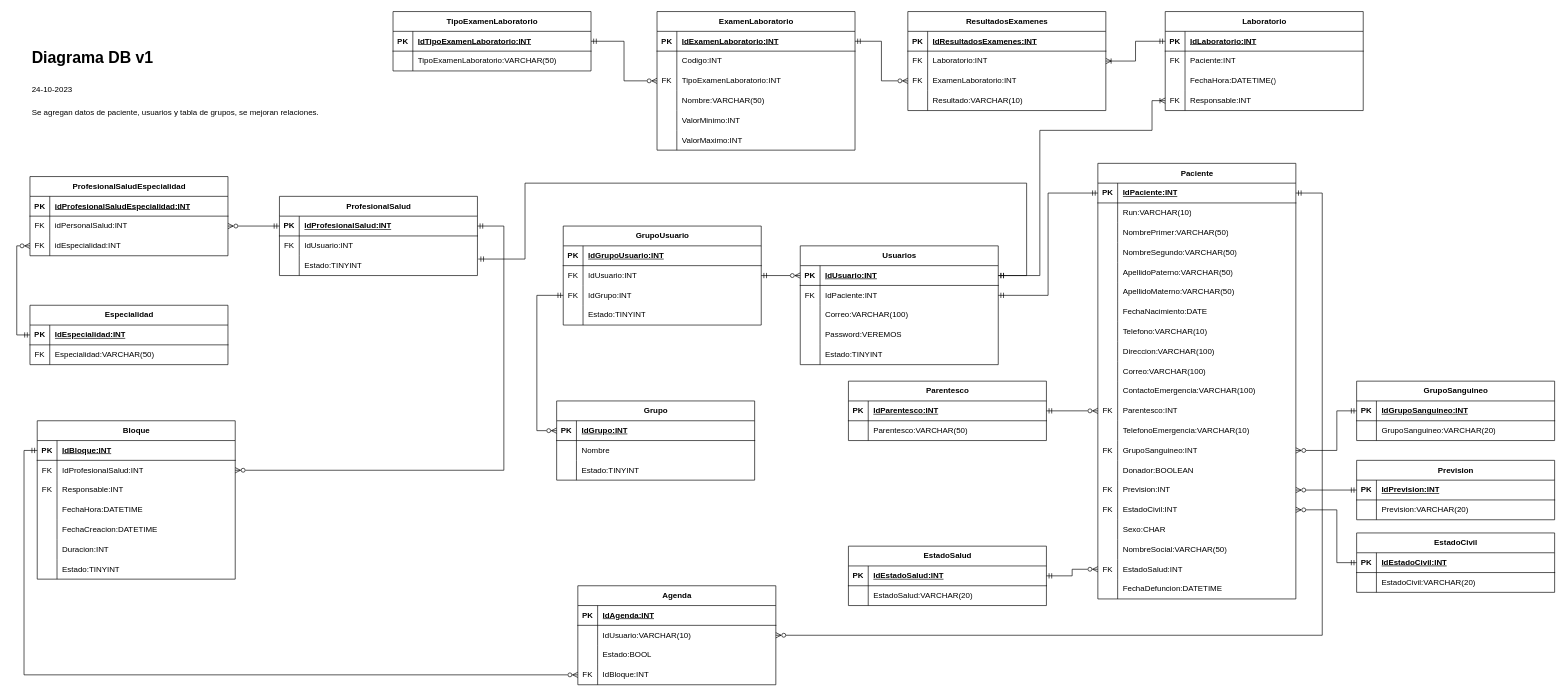
The draw.io diagram DiagramaDB.drawio in JonaNomas/his-diagram, before the edit. Source tidied: cells renumbered, new cells numbered last; positions are measured from the earlier drawing's top-left corner, leaving out a move shared by most shapes. Both pictures are drawn from the tidied source at 66%, with x=0, y=0 at pixel (28, 11).
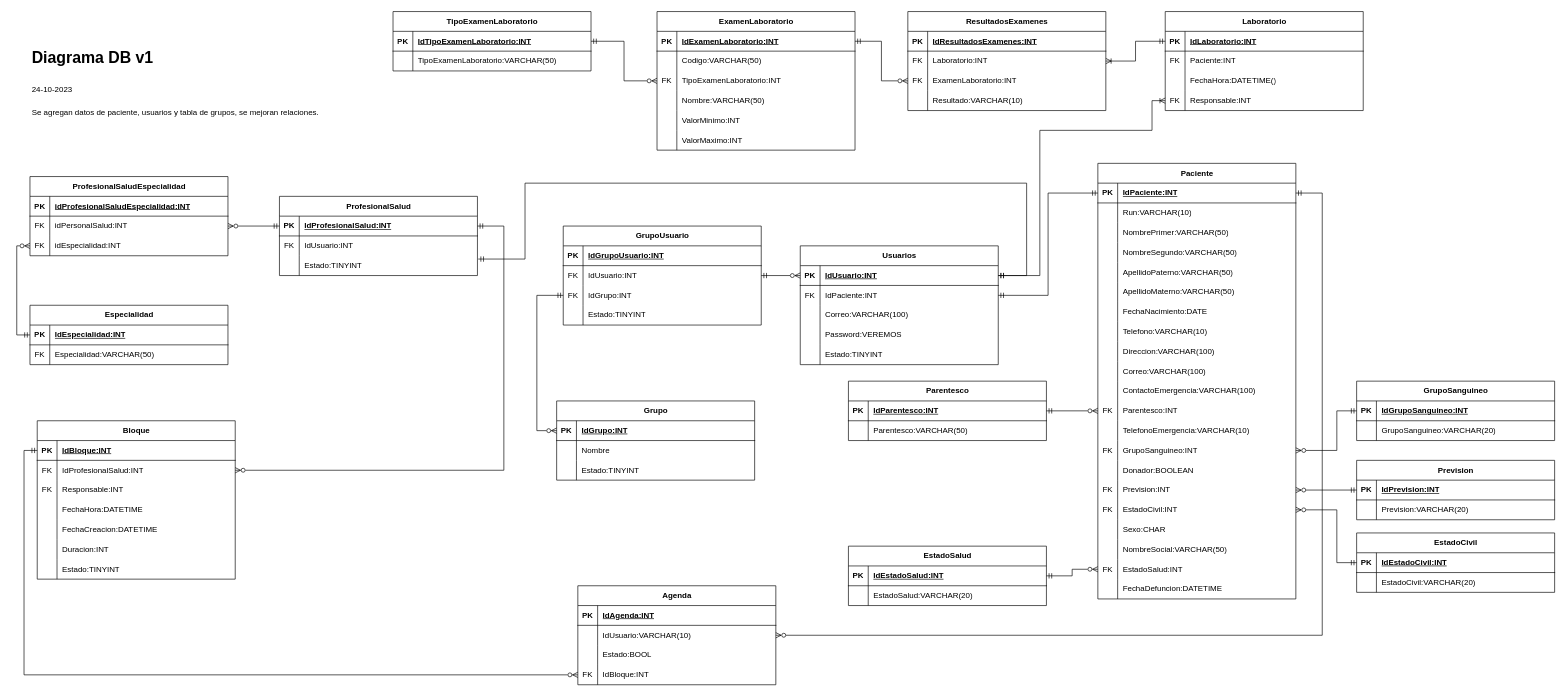
The same diagram, later.

Commit message:
Se corrige valor de campo codigo en examen

Unchanged cells that the change refers to:
```xml
<mxCell id="222" style="shape=tableRow;horizontal=0;startSize=0;swimlaneHead=0;swimlaneBody=0;fillColor=none;top=0;left=0;right=0;bottom=0;" parent="218" vertex="1">
  <mxGeometry y="60" width="300" height="30" as="geometry" />
</mxCell>
```

Diff of the diagram source:
```diff
@@
-    <mxCell id="224" value="Codigo:INT" style="shape=partialRectangle;fillColor=none;top=0;left=0;bottom=0;right=0;align=left;spacingLeft=6;overflow=hidden;whiteSpace=wrap;html=1;" parent="222" vertex="1">
+    <mxCell id="224" value="Codigo:VARCHAR(50)" style="shape=partialRectangle;fillColor=none;top=0;left=0;bottom=0;right=0;align=left;spacingLeft=6;overflow=hidden;whiteSpace=wrap;html=1;" parent="222" vertex="1">
       <mxGeometry x="30" width="270" height="30" as="geometry" />
     </mxCell>
```
